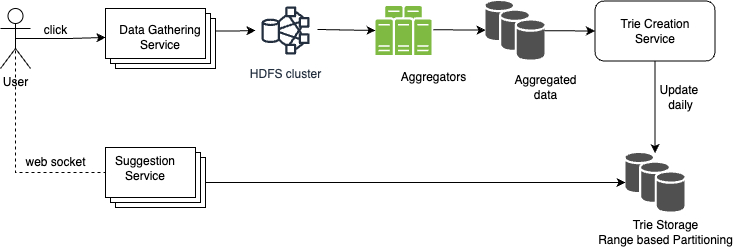
Before: images/SearchAutoSuggestionDesign.png, a diagram exported from draw.io (muskan70/HLDSolutions). Source tidied: cells renumbered, new cells last; positions are measured from the earlier drawing's top-left corner, leaving out a move shared by most shapes. Its diagram source:
```xml
<mxGraphModel>
  <root>
    <mxCell id="0" />
    <mxCell id="1" parent="0" />
    <mxCell id="2" style="edgeStyle=orthogonalEdgeStyle;rounded=0;jettySize=auto;html=1;exitX=0.5;exitY=0.5;exitDx=0;exitDy=0;exitPerimeter=0;entryX=0;entryY=0.5;entryDx=0;entryDy=0;" parent="1" edge="1" source="3">
      <mxGeometry relative="1" as="geometry">
        <mxPoint x="105" y="37" as="targetPoint" />
      </mxGeometry>
    </mxCell>
    <mxCell id="3" value="User" style="shape=umlActor;verticalLabelPosition=bottom;verticalAlign=top;html=1;outlineConnect=0;" parent="1" vertex="1">
      <mxGeometry y="8" width="30" height="60" as="geometry" />
    </mxCell>
    <mxCell id="4" style="edgeStyle=orthogonalEdgeStyle;rounded=0;jettySize=auto;html=1;exitX=0;exitY=0;exitDx=100;exitDy=22.5;exitPerimeter=0;" parent="1" edge="1" source="17" target="5">
      <mxGeometry relative="1" as="geometry" />
    </mxCell>
    <mxCell id="5" value="HDFS cluster" style="sketch=0;outlineConnect=0;fontColor=#232F3E;gradientColor=none;strokeColor=#232F3E;fillColor=#ffffff;dashed=0;verticalLabelPosition=bottom;verticalAlign=top;align=center;html=1;fontSize=12;fontStyle=0;shape=mxgraph.aws4.resourceIcon;resIcon=mxgraph.aws4.hdfs_cluster;" parent="1" vertex="1">
      <mxGeometry x="255" width="60" height="60" as="geometry" />
    </mxCell>
    <mxCell id="6" style="endArrow=classic;html=1;rounded=0;exitX=1.033;exitY=0.483;exitDx=0;exitDy=0;exitPerimeter=0;" parent="1" edge="1" source="8" target="10">
      <mxGeometry relative="1" as="geometry" />
    </mxCell>
    <mxCell id="7" style="endArrow=classic;html=1;rounded=0;exitX=1.033;exitY=0.483;exitDx=0;exitDy=0;exitPerimeter=0;entryX=0;entryY=0.5;entryDx=0;entryDy=0;" parent="1" edge="1" source="5" target="8">
      <mxGeometry relative="1" as="geometry" />
    </mxCell>
    <mxCell id="8" style="sketch=0;shadow=0;dashed=0;html=1;strokeColor=none;fillColor=#505050;labelPosition=center;verticalLabelPosition=bottom;verticalAlign=top;outlineConnect=0;align=center;shape=mxgraph.office.servers.server_farm;fillColor=#7FBA42;" parent="1" vertex="1">
      <mxGeometry x="375" y="5.5" width="56" height="49" as="geometry" />
    </mxCell>
    <mxCell id="9" value="Aggregators" style="text;html=1;align=center;verticalAlign=middle;strokeColor=none;fillColor=none;" parent="1" vertex="1">
      <mxGeometry x="388" y="61.5" width="90" height="30" as="geometry" />
    </mxCell>
    <mxCell id="10" style="sketch=0;shadow=0;dashed=0;html=1;strokeColor=none;fillColor=#505050;labelPosition=center;verticalLabelPosition=bottom;verticalAlign=top;outlineConnect=0;align=center;shape=mxgraph.office.databases.database_availability_group;" parent="1" vertex="1">
      <mxGeometry x="485" y="0.5" width="59" height="59" as="geometry" />
    </mxCell>
    <mxCell id="11" value="Aggregated&lt;div&gt;data&lt;/div&gt;" style="text;html=1;align=center;verticalAlign=middle;strokeColor=none;fillColor=none;" parent="1" vertex="1">
      <mxGeometry x="499.5" y="66.5" width="90" height="40" as="geometry" />
    </mxCell>
    <mxCell id="12" style="edgeStyle=orthogonalEdgeStyle;rounded=0;jettySize=auto;html=1;exitX=0.5;exitY=1;exitDx=0;exitDy=0;" parent="1" edge="1" source="13" target="24">
      <mxGeometry relative="1" as="geometry" />
    </mxCell>
    <mxCell id="13" value="Trie Creation&lt;div&gt;Service&lt;/div&gt;" style="rounded=1;whiteSpace=wrap;html=1;" parent="1" vertex="1">
      <mxGeometry x="594.5" y="0.5" width="120" height="60" as="geometry" />
    </mxCell>
    <mxCell id="14" style="endArrow=classic;html=1;rounded=0;entryX=0;entryY=0.5;entryDx=0;entryDy=0;" parent="1" edge="1" source="10" target="13">
      <mxGeometry relative="1" as="geometry" />
    </mxCell>
    <mxCell id="15" value="Update&amp;nbsp;&lt;div&gt;daily&lt;/div&gt;" style="text;html=1;align=center;verticalAlign=middle;strokeColor=none;fillColor=none;" parent="1" vertex="1">
      <mxGeometry x="645" y="77" width="70" height="40" as="geometry" />
    </mxCell>
    <mxCell id="16" value="click" style="text;html=1;align=center;verticalAlign=middle;strokeColor=none;fillColor=none;" parent="1" vertex="1">
      <mxGeometry x="30" y="15" width="50" height="30" as="geometry" />
    </mxCell>
    <mxCell id="17" style="verticalLabelPosition=bottom;verticalAlign=top;html=1;shape=mxgraph.basic.layered_rect;dx=10;outlineConnect=0;whiteSpace=wrap;" parent="1" vertex="1">
      <mxGeometry x="105" y="8" width="110" height="60" as="geometry" />
    </mxCell>
    <mxCell id="18" value="Data Gathering&lt;div&gt;Service&lt;/div&gt;" style="text;html=1;align=center;verticalAlign=middle;whiteSpace=wrap;rounded=0;" parent="1" vertex="1">
      <mxGeometry x="115" y="22" width="90" height="30" as="geometry" />
    </mxCell>
    <mxCell id="19" style="edgeStyle=orthogonalEdgeStyle;rounded=0;jettySize=auto;html=1;exitX=0;exitY=0;exitDx=100;exitDy=35;exitPerimeter=0;" parent="1" edge="1" source="20" target="24">
      <mxGeometry relative="1" as="geometry" />
    </mxCell>
    <mxCell id="20" style="verticalLabelPosition=bottom;verticalAlign=top;html=1;shape=mxgraph.basic.layered_rect;dx=10;outlineConnect=0;whiteSpace=wrap;" parent="1" vertex="1">
      <mxGeometry x="105" y="147" width="100" height="60" as="geometry" />
    </mxCell>
    <mxCell id="21" value="Suggestion&lt;div&gt;Service&lt;/div&gt;" style="text;html=1;align=center;verticalAlign=middle;whiteSpace=wrap;rounded=0;" parent="1" vertex="1">
      <mxGeometry x="115" y="152.5" width="60" height="30" as="geometry" />
    </mxCell>
    <mxCell id="22" style="endArrow=none;dashed=1;html=1;rounded=0;entryX=0;entryY=0;entryDx=0;entryDy=25;entryPerimeter=0;exitX=0.5;exitY=0.5;exitDx=0;exitDy=0;exitPerimeter=0;" parent="1" edge="1" source="3" target="20">
      <mxGeometry relative="1" as="geometry">
        <Array as="points">
          <mxPoint x="15" y="172" />
        </Array>
      </mxGeometry>
    </mxCell>
    <mxCell id="23" value="web socket" style="text;html=1;align=center;verticalAlign=middle;strokeColor=none;fillColor=none;" parent="1" vertex="1">
      <mxGeometry x="15" y="147" width="80" height="30" as="geometry" />
    </mxCell>
    <mxCell id="24" style="sketch=0;shadow=0;dashed=0;html=1;strokeColor=none;fillColor=#505050;labelPosition=center;verticalLabelPosition=bottom;verticalAlign=top;outlineConnect=0;align=center;shape=mxgraph.office.databases.database_availability_group;" parent="1" vertex="1">
      <mxGeometry x="625" y="152.5" width="59" height="59" as="geometry" />
    </mxCell>
    <mxCell id="25" value="Trie Storage&lt;div&gt;Range based Partitioning&lt;/div&gt;" style="text;html=1;align=center;verticalAlign=middle;strokeColor=none;fillColor=none;" parent="1" vertex="1">
      <mxGeometry x="584.5" y="211.5" width="160" height="40" as="geometry" />
    </mxCell>
  </root>
</mxGraphModel>
```
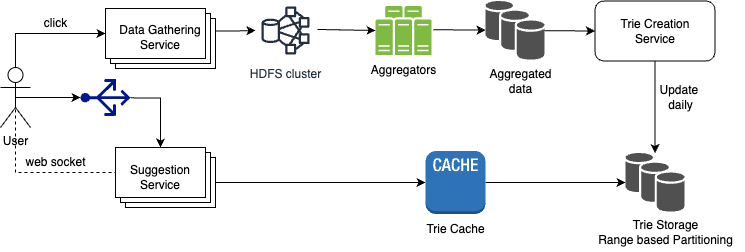
Later version of the same file.

What changed in the source:
```diff
@@ -2,13 +2,8 @@
   <root>
     <mxCell id="0" />
     <mxCell id="1" parent="0" />
-    <mxCell id="2" style="edgeStyle=orthogonalEdgeStyle;rounded=0;jettySize=auto;html=1;exitX=0.5;exitY=0.5;exitDx=0;exitDy=0;exitPerimeter=0;entryX=0;entryY=0.5;entryDx=0;entryDy=0;" parent="1" edge="1" source="3">
-      <mxGeometry relative="1" as="geometry">
-        <mxPoint x="105" y="37" as="targetPoint" />
-      </mxGeometry>
-    </mxCell>
     <mxCell id="3" value="User" style="shape=umlActor;verticalLabelPosition=bottom;verticalAlign=top;html=1;outlineConnect=0;" parent="1" vertex="1">
-      <mxGeometry y="8" width="30" height="60" as="geometry" />
+      <mxGeometry y="67" width="30" height="60" as="geometry" />
     </mxCell>
     <mxCell id="4" style="edgeStyle=orthogonalEdgeStyle;rounded=0;jettySize=auto;html=1;exitX=0;exitY=0;exitDx=100;exitDy=22.5;exitPerimeter=0;" parent="1" edge="1" source="17" target="5">
       <mxGeometry relative="1" as="geometry" />
@@ -26,13 +21,13 @@
       <mxGeometry x="375" y="5.5" width="56" height="49" as="geometry" />
     </mxCell>
     <mxCell id="9" value="Aggregators" style="text;html=1;align=center;verticalAlign=middle;strokeColor=none;fillColor=none;" parent="1" vertex="1">
-      <mxGeometry x="388" y="61.5" width="90" height="30" as="geometry" />
+      <mxGeometry x="358" y="54.5" width="90" height="30" as="geometry" />
     </mxCell>
     <mxCell id="10" style="sketch=0;shadow=0;dashed=0;html=1;strokeColor=none;fillColor=#505050;labelPosition=center;verticalLabelPosition=bottom;verticalAlign=top;outlineConnect=0;align=center;shape=mxgraph.office.databases.database_availability_group;" parent="1" vertex="1">
       <mxGeometry x="485" y="0.5" width="59" height="59" as="geometry" />
     </mxCell>
     <mxCell id="11" value="Aggregated&lt;div&gt;data&lt;/div&gt;" style="text;html=1;align=center;verticalAlign=middle;strokeColor=none;fillColor=none;" parent="1" vertex="1">
-      <mxGeometry x="499.5" y="66.5" width="90" height="40" as="geometry" />
+      <mxGeometry x="475" y="60.5" width="90" height="40" as="geometry" />
     </mxCell>
     <mxCell id="12" style="edgeStyle=orthogonalEdgeStyle;rounded=0;jettySize=auto;html=1;exitX=0.5;exitY=1;exitDx=0;exitDy=0;" parent="1" edge="1" source="13" target="24">
       <mxGeometry relative="1" as="geometry" />
@@ -47,7 +42,7 @@
       <mxGeometry x="645" y="77" width="70" height="40" as="geometry" />
     </mxCell>
     <mxCell id="16" value="click" style="text;html=1;align=center;verticalAlign=middle;strokeColor=none;fillColor=none;" parent="1" vertex="1">
-      <mxGeometry x="30" y="15" width="50" height="30" as="geometry" />
+      <mxGeometry x="30" y="8" width="50" height="30" as="geometry" />
     </mxCell>
     <mxCell id="17" style="verticalLabelPosition=bottom;verticalAlign=top;html=1;shape=mxgraph.basic.layered_rect;dx=10;outlineConnect=0;whiteSpace=wrap;" parent="1" vertex="1">
       <mxGeometry x="105" y="8" width="110" height="60" as="geometry" />
@@ -55,14 +50,14 @@
     <mxCell id="18" value="Data Gathering&lt;div&gt;Service&lt;/div&gt;" style="text;html=1;align=center;verticalAlign=middle;whiteSpace=wrap;rounded=0;" parent="1" vertex="1">
       <mxGeometry x="115" y="22" width="90" height="30" as="geometry" />
     </mxCell>
-    <mxCell id="19" style="edgeStyle=orthogonalEdgeStyle;rounded=0;jettySize=auto;html=1;exitX=0;exitY=0;exitDx=100;exitDy=35;exitPerimeter=0;" parent="1" edge="1" source="20" target="24">
+    <mxCell id="19" style="edgeStyle=orthogonalEdgeStyle;rounded=0;jettySize=auto;html=1;exitX=0;exitY=0;exitDx=100;exitDy=35;exitPerimeter=0;entryX=0;entryY=0.5;entryDx=0;entryDy=0;entryPerimeter=0;" parent="1" edge="1" source="20" target="31">
       <mxGeometry relative="1" as="geometry" />
     </mxCell>
     <mxCell id="20" style="verticalLabelPosition=bottom;verticalAlign=top;html=1;shape=mxgraph.basic.layered_rect;dx=10;outlineConnect=0;whiteSpace=wrap;" parent="1" vertex="1">
-      <mxGeometry x="105" y="147" width="100" height="60" as="geometry" />
+      <mxGeometry x="115" y="147" width="100" height="60" as="geometry" />
     </mxCell>
     <mxCell id="21" value="Suggestion&lt;div&gt;Service&lt;/div&gt;" style="text;html=1;align=center;verticalAlign=middle;whiteSpace=wrap;rounded=0;" parent="1" vertex="1">
-      <mxGeometry x="115" y="152.5" width="60" height="30" as="geometry" />
+      <mxGeometry x="130" y="162" width="60" height="30" as="geometry" />
     </mxCell>
     <mxCell id="22" style="endArrow=none;dashed=1;html=1;rounded=0;entryX=0;entryY=0;entryDx=0;entryDy=25;entryPerimeter=0;exitX=0.5;exitY=0.5;exitDx=0;exitDy=0;exitPerimeter=0;" parent="1" edge="1" source="3" target="20">
       <mxGeometry relative="1" as="geometry">
@@ -80,5 +75,26 @@
     <mxCell id="25" value="Trie Storage&lt;div&gt;Range based Partitioning&lt;/div&gt;" style="text;html=1;align=center;verticalAlign=middle;strokeColor=none;fillColor=none;" parent="1" vertex="1">
       <mxGeometry x="584.5" y="211.5" width="160" height="40" as="geometry" />
     </mxCell>
+    <mxCell id="26" style="sketch=0;shadow=0;dashed=0;html=1;strokeColor=none;labelPosition=center;verticalLabelPosition=bottom;verticalAlign=top;align=center;fillColor=#00188D;shape=mxgraph.azure.load_balancer_generic;direction=north;" parent="1" vertex="1">
+      <mxGeometry x="80" y="78.5" width="50" height="37" as="geometry" />
+    </mxCell>
+    <mxCell id="27" style="edgeStyle=orthogonalEdgeStyle;rounded=0;jettySize=auto;html=1;exitX=0.5;exitY=0;exitDx=0;exitDy=0;exitPerimeter=0;entryX=0;entryY=0;entryDx=0;entryDy=25;entryPerimeter=0;" parent="1" edge="1" source="3" target="17">
+      <mxGeometry relative="1" as="geometry" />
+    </mxCell>
+    <mxCell id="28" style="edgeStyle=orthogonalEdgeStyle;rounded=0;jettySize=auto;html=1;exitX=0.5;exitY=0.5;exitDx=0;exitDy=0;exitPerimeter=0;entryX=0.5;entryY=0;entryDx=0;entryDy=0;entryPerimeter=0;" parent="1" edge="1" source="3" target="26">
+      <mxGeometry relative="1" as="geometry" />
+    </mxCell>
+    <mxCell id="29" style="edgeStyle=orthogonalEdgeStyle;rounded=0;jettySize=auto;html=1;exitX=0.49;exitY=1;exitDx=0;exitDy=0;exitPerimeter=0;entryX=0;entryY=0;entryDx=45;entryDy=0;entryPerimeter=0;" parent="1" edge="1" source="26" target="20">
+      <mxGeometry relative="1" as="geometry" />
+    </mxCell>
+    <mxCell id="30" style="edgeStyle=orthogonalEdgeStyle;rounded=0;jettySize=auto;html=1;exitX=1;exitY=0.5;exitDx=0;exitDy=0;exitPerimeter=0;" parent="1" edge="1" source="31" target="24">
+      <mxGeometry relative="1" as="geometry" />
+    </mxCell>
+    <mxCell id="31" style="outlineConnect=0;dashed=0;verticalLabelPosition=bottom;verticalAlign=top;align=center;html=1;shape=mxgraph.aws3.cache_node;fillColor=#2E73B8;gradientColor=none;" parent="1" vertex="1">
+      <mxGeometry x="425" y="150.5" width="60" height="63" as="geometry" />
+    </mxCell>
+    <mxCell id="32" value="Trie Cache" style="text;html=1;align=center;verticalAlign=middle;strokeColor=none;fillColor=none;" parent="1" vertex="1">
+      <mxGeometry x="415" y="213.5" width="80" height="30" as="geometry" />
+    </mxCell>
   </root>
 </mxGraphModel>
```
